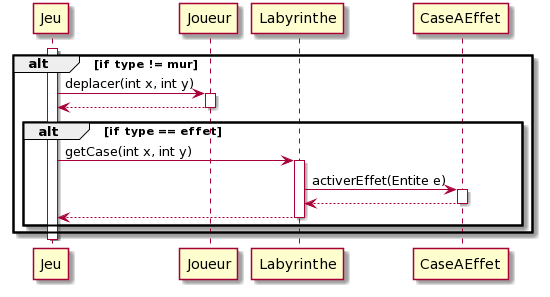
Above: documents/version_2/Diagramme_sequence_case_effet.png in icetomtom/2020_COO_Zeldiablo_muller742u_etchevar1u_huet41u_bouillo15u (PlantUML), before the change.
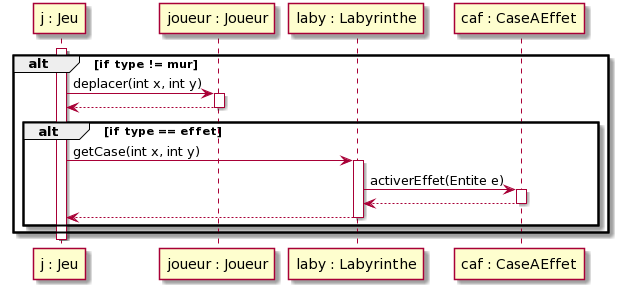
Later version of the same file.

Diff of the diagram source:
```diff
@@ -1,22 +1,22 @@
 @startuml
-activate Jeu
+activate "j : Jeu"
 
 alt if type != mur
-    Jeu -> Joueur : deplacer(int x, int y)
-    activate Joueur
-    Joueur --> Jeu
-    deactivate Joueur
+    "j : Jeu" -> "joueur : Joueur" : deplacer(int x, int y)
+    activate "joueur : Joueur"
+    "joueur : Joueur" --> "j : Jeu"
+    deactivate "joueur : Joueur"
     alt if type == effet
-    Jeu -> Labyrinthe : getCase(int x, int y)
-    activate Labyrinthe
-    Labyrinthe -> CaseAEffet : activerEffet(Entite e)
-    activate CaseAEffet
-    CaseAEffet --> Labyrinthe
-    deactivate CaseAEffet
-    Labyrinthe --> Jeu
-    deactivate Labyrinthe
+    "j : Jeu" -> "laby : Labyrinthe" : getCase(int x, int y)
+    activate "laby : Labyrinthe"
+    "laby : Labyrinthe" -> "caf : CaseAEffet" : activerEffet(Entite e)
+    activate "caf : CaseAEffet"
+    "caf : CaseAEffet" --> "laby : Labyrinthe"
+    deactivate "caf : CaseAEffet"
+    "laby : Labyrinthe" --> "j : Jeu"
+    deactivate "laby : Labyrinthe"
 end
 end
 
-deactivate Jeu
+deactivate "j : Jeu"
 @enduml
```
